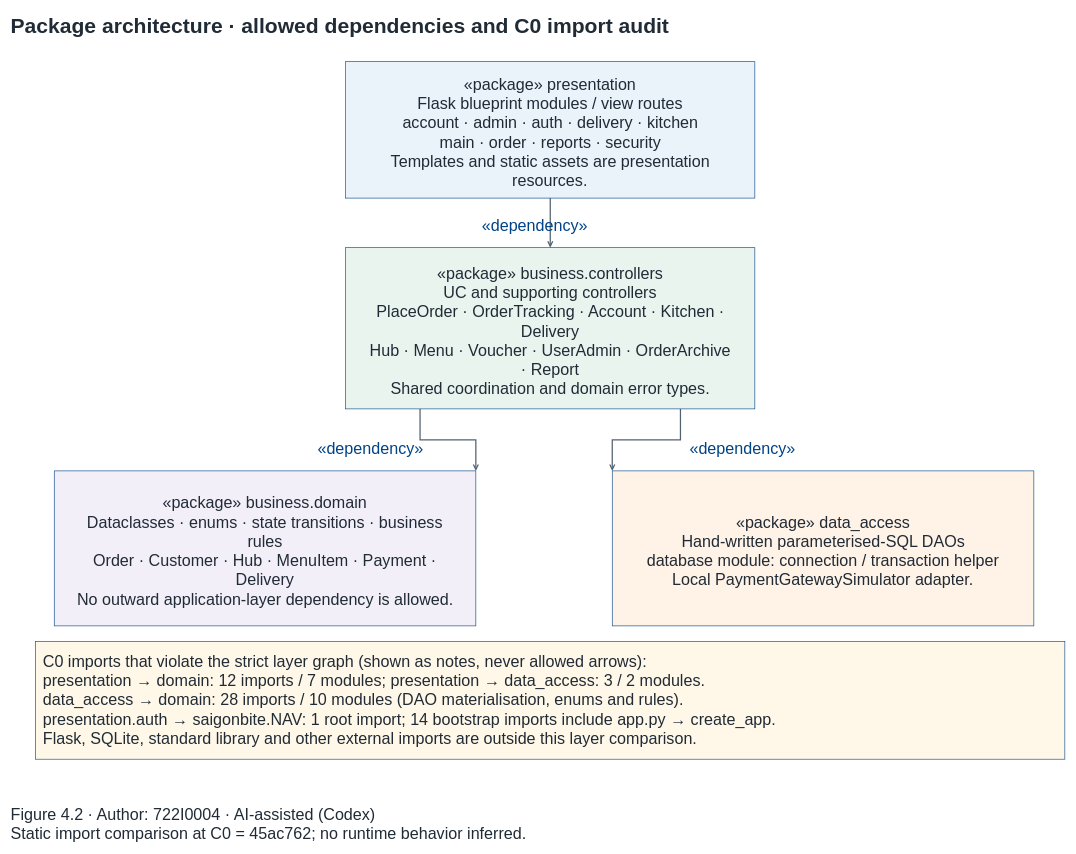
Earlier version of the draw.io diagram models/shared/package_diagram.drawio (Dat071104/SaigonBite). Source tidied: cells renumbered, new cells numbered last; positions are measured from the earlier drawing's top-left corner, leaving out a move shared by most shapes. Both pictures are drawn from the tidied source at 62%, with x=0, y=0 at pixel (11, 11).
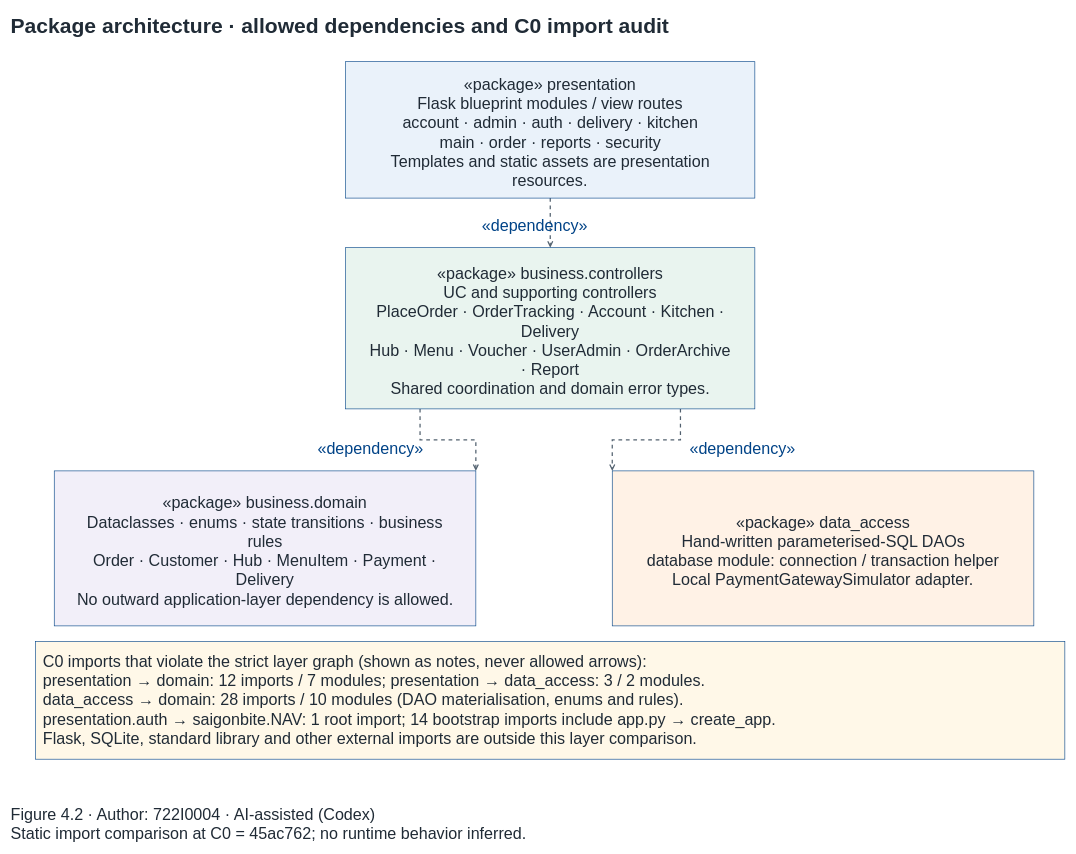
After the change.

The change refers to these unchanged cells:
```xml
<mxCell id="5" style="fillColor=#EAF2FA;strokeColor=#004387;whiteSpace=wrap;fontFamily=Arial;fontSize=26;html=0;" parent="1" vertex="1">
  <mxGeometry x="540" y="82" width="660" height="220" as="geometry" />
</mxCell>
<mxCell id="6" style="fillColor=#E9F4EF;strokeColor=#004387;whiteSpace=wrap;fontFamily=Arial;fontSize=26;html=0;" parent="1" vertex="1">
  <mxGeometry x="540" y="382" width="660" height="260" as="geometry" />
</mxCell>
<mxCell id="7" style="fillColor=#F2EFF9;strokeColor=#004387;whiteSpace=wrap;fontFamily=Arial;fontSize=26;html=0;" parent="1" vertex="1">
  <mxGeometry x="70" y="742" width="680" height="250" as="geometry" />
</mxCell>
<mxCell id="8" style="fillColor=#FFF2E6;strokeColor=#004387;whiteSpace=wrap;fontFamily=Arial;fontSize=26;html=0;" parent="1" vertex="1">
  <mxGeometry x="970" y="742" width="680" height="250" as="geometry" />
</mxCell>
```

What changed in the source:
```diff
@@
-    <mxCell id="2" style="endArrow=none;strokeColor=#52616F;strokeWidth=2;rounded=0;endArrow=open;exitX=0.5;exitY=1.0;entryX=0.5;entryY=0.0;" parent="1" edge="1" source="5" target="6">
+    <mxCell id="2" style="endArrow=none;strokeColor=#52616F;strokeWidth=2;rounded=0;dashed=1;endArrow=open;exitX=0.5;exitY=1.0;entryX=0.5;entryY=0.0;" parent="1" edge="1" source="5" target="6">
       <mxGeometry relative="1" as="geometry" />
     </mxCell>
-    <mxCell id="3" style="endArrow=none;strokeColor=#52616F;strokeWidth=2;rounded=0;endArrow=open;exitX=0.18181818181818182;exitY=1.0;entryX=1.0;entryY=0.0;" parent="1" edge="1" source="6" target="7">
+    <mxCell id="3" style="endArrow=none;strokeColor=#52616F;strokeWidth=2;rounded=0;dashed=1;endArrow=open;exitX=0.18181818181818182;exitY=1.0;entryX=1.0;entryY=0.0;" parent="1" edge="1" source="6" target="7">
       <mxGeometry relative="1" as="geometry">
         <Array as="points">
           <mxPoint x="660" y="692" />
           <mxPoint x="750" y="692" />
         </Array>
       </mxGeometry>
     </mxCell>
-    <mxCell id="4" style="endArrow=none;strokeColor=#52616F;strokeWidth=2;rounded=0;endArrow=open;exitX=0.8181818181818182;exitY=1.0;entryX=0.0;entryY=0.0;" parent="1" edge="1" source="6" target="8">
+    <mxCell id="4" style="endArrow=none;strokeColor=#52616F;strokeWidth=2;rounded=0;dashed=1;endArrow=open;exitX=0.8181818181818182;exitY=1.0;entryX=0.0;entryY=0.0;" parent="1" edge="1" source="6" target="8">
       <mxGeometry relative="1" as="geometry">
         <Array as="points">
           <mxPoint x="1080" y="692" />
           <mxPoint x="970" y="692" />
         </Array>
       </mxGeometry>
     </mxCell>
```
